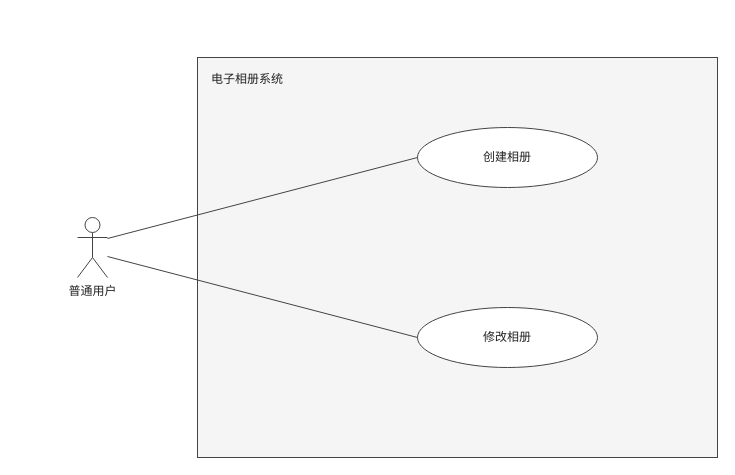
This is docs/交付/2-相册管理-刘硕/images/相册管理模块用例图.drawio from chennuo1101/electronic-photo-album-system1, a draw.io file, before an edit. Source tidied: cells renumbered, new cells numbered last; positions are measured from the earlier drawing's top-left corner, leaving out a move shared by most shapes. Both pictures are drawn from the tidied source at 100%, with x=0, y=0 at pixel (77, 57).
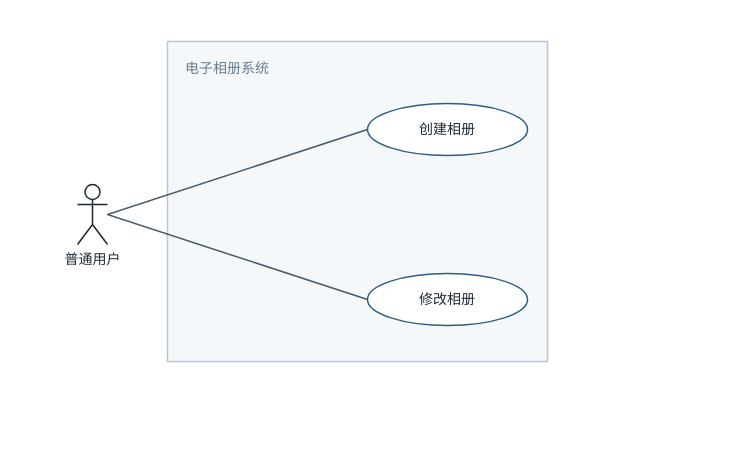
Above is the later version.

Diff of the diagram source:
```diff
@@
 <mxGraphModel>
   <root>
     <mxCell id="0" />
     <mxCell id="1" parent="0" />
+    <mxCell id="8" style="rounded=0;whiteSpace=wrap;html=1;fillColor=#FFFFFF;strokeColor=none;" parent="1" vertex="1">
+      <mxGeometry x="-60" y="-40" width="554" height="368" as="geometry" />
+    </mxCell>
-    <mxCell id="2" value="电子相册系统" style="rounded=0;whiteSpace=wrap;html=1;fillColor=#F5F5F5;strokeColor=#444444;verticalAlign=top;align=left;spacingLeft=12;spacingTop=8;fontFamily=Microsoft YaHei;fontSize=12;fontColor=#222222;" parent="1" vertex="1">
-      <mxGeometry x="120" width="520" height="400" as="geometry" />
+    <mxCell id="2" value="电子相册系统" style="rounded=0;whiteSpace=wrap;html=1;fillColor=#F5F8FB;strokeColor=#B7C7D6;strokeWidth=1.5;align=left;verticalAlign=top;spacingLeft=16;spacingTop=12;fontFamily=Microsoft YaHei;fontSize=14;fontColor=#6B7C8C;" parent="1" vertex="1">
+      <mxGeometry x="90" y="-16" width="380" height="320" as="geometry" />
     </mxCell>
-    <mxCell id="3" value="普通用户" style="shape=umlActor;verticalLabelPosition=bottom;verticalAlign=top;html=1;fillColor=#FFFFFF;strokeColor=#444444;fontFamily=Microsoft YaHei;fontSize=12;fontColor=#222222;" parent="1" vertex="1">
-      <mxGeometry y="160" width="30" height="60" as="geometry" />
-    </mxCell>
-    <mxCell id="4" value="创建相册" style="ellipse;whiteSpace=wrap;html=1;fillColor=#FFFFFF;strokeColor=#444444;fontFamily=Microsoft YaHei;fontSize=12;fontColor=#222222;" parent="1" vertex="1">
-      <mxGeometry x="340" y="70" width="180" height="60" as="geometry" />
+    <mxCell id="4" value="创建相册" style="ellipse;whiteSpace=wrap;html=1;fillColor=#FFFFFF;strokeColor=#2F5D8A;strokeWidth=1.5;fontFamily=Microsoft YaHei;fontSize=14;fontColor=#1F2A35;" parent="1" vertex="1">
+      <mxGeometry x="290" y="46" width="160" height="52" as="geometry" />
     </mxCell>
-    <mxCell id="5" value="修改相册" style="ellipse;whiteSpace=wrap;html=1;fillColor=#FFFFFF;strokeColor=#444444;fontFamily=Microsoft YaHei;fontSize=12;fontColor=#222222;" parent="1" vertex="1">
-      <mxGeometry x="340" y="250" width="180" height="60" as="geometry" />
+    <mxCell id="5" value="修改相册" style="ellipse;whiteSpace=wrap;html=1;fillColor=#FFFFFF;strokeColor=#2F5D8A;strokeWidth=1.5;fontFamily=Microsoft YaHei;fontSize=14;fontColor=#1F2A35;" parent="1" vertex="1">
+      <mxGeometry x="290" y="216" width="160" height="52" as="geometry" />
     </mxCell>
-    <mxCell id="6" style="html=1;strokeColor=#444444;strokeWidth=1;fontFamily=Microsoft YaHei;fontSize=11;fontColor=#444444;labelBackgroundColor=#FFFFFF;startArrow=none;endArrow=none;exitX=1;exitY=0.35;exitDx=0;exitDy=0;entryX=0;entryY=0.5;entryDx=0;entryDy=0;" parent="1" edge="1" source="3" target="4">
-      <mxGeometry relative="1" as="geometry" />
-    </mxCell>
-    <mxCell id="7" style="html=1;strokeColor=#444444;strokeWidth=1;fontFamily=Microsoft YaHei;fontSize=11;fontColor=#444444;labelBackgroundColor=#FFFFFF;startArrow=none;endArrow=none;exitX=1;exitY=0.65;exitDx=0;exitDy=0;entryX=0;entryY=0.5;entryDx=0;entryDy=0;" parent="1" edge="1" source="3" target="5">
-      <mxGeometry relative="1" as="geometry" />
-    </mxCell>
+    <mxCell id="3" value="普通用户" style="shape=umlActor;verticalLabelPosition=bottom;verticalAlign=top;html=1;fillColor=#FFFFFF;strokeColor=#1F2A35;strokeWidth=1.5;fontFamily=Microsoft YaHei;fontSize=14;fontColor=#1F2A35;" parent="1" vertex="1">
+      <mxGeometry y="127" width="30" height="60" as="geometry" />
+    </mxCell>
+    <mxCell id="9" style="html=1;rounded=0;strokeColor=#4A5A6A;strokeWidth=1.5;startArrow=none;endArrow=none;" parent="1" edge="1">
+      <mxGeometry relative="1" as="geometry">
+        <mxPoint x="30" y="157" as="sourcePoint" />
+        <mxPoint x="290" y="72" as="targetPoint" />
+      </mxGeometry>
+    </mxCell>
+    <mxCell id="10" style="html=1;rounded=0;strokeColor=#4A5A6A;strokeWidth=1.5;startArrow=none;endArrow=none;" parent="1" edge="1">
+      <mxGeometry relative="1" as="geometry">
+        <mxPoint x="30" y="157" as="sourcePoint" />
+        <mxPoint x="290" y="242" as="targetPoint" />
+      </mxGeometry>
+    </mxCell>
   </root>
 </mxGraphModel>
```
